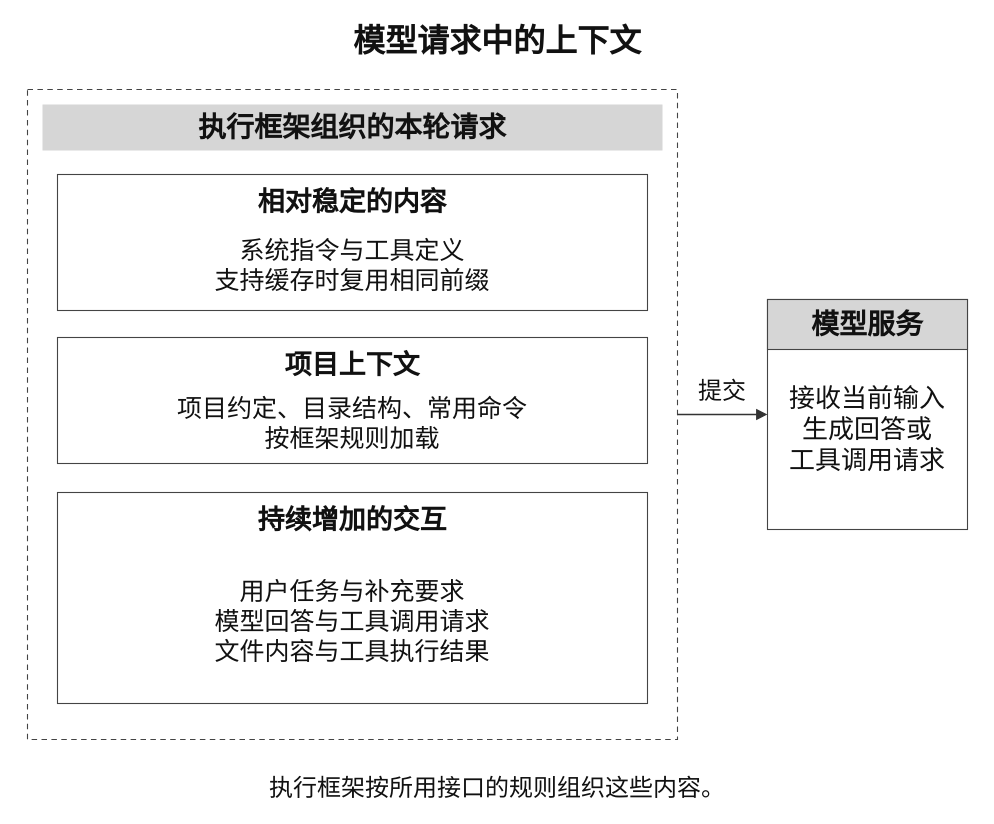
Earlier version of the draw.io diagram public/diagrams/research-agents/chapter-2/context-assembly.drawio (luzhiyu-econ/EconLLM-Lab). Source tidied: cells renumbered, new cells numbered last; positions are measured from the earlier drawing's top-left corner, leaving out a move shared by most shapes. Both pictures are drawn from the tidied source at 100%, with x=0, y=0 at pixel (17, 17).
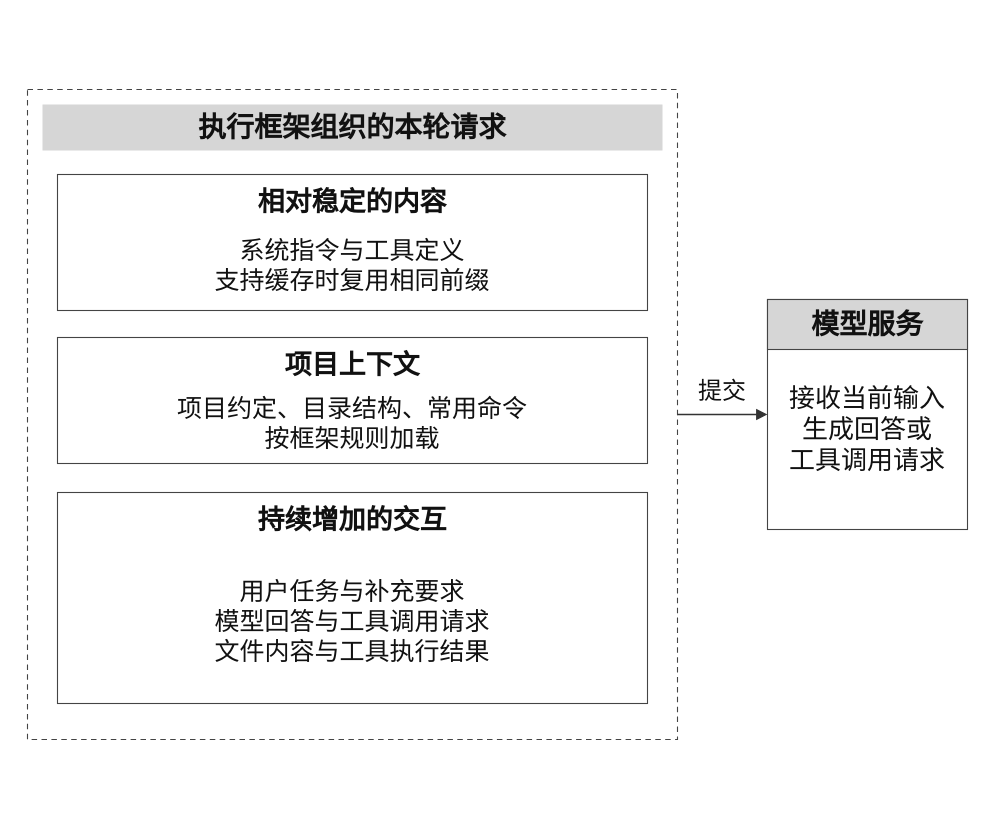
The same page after the edit.

What changed in the source:
```diff
@@
 <mxGraphModel background="#ffffff">
   <root>
     <mxCell id="0" />
     <mxCell id="1" parent="0" />
-    <mxCell id="2" value="模型请求中的上下文" style="rounded=0;html=0;whiteSpace=wrap;fontFamily=SimSun;fontColor=#111111;strokeColor=#444444;strokeWidth=1.1;fillColor=#ffffff;spacing=0;strokeColor=none;fillColor=none;fontSize=32;fontStyle=1;" parent="1" vertex="1">
-      <mxGeometry width="960" height="48" as="geometry" />
-    </mxCell>
     <mxCell id="3" style="rounded=0;html=0;whiteSpace=wrap;fontFamily=SimSun;fontColor=#111111;strokeColor=#444444;strokeWidth=1.1;fillColor=#ffffff;spacing=0;fillColor=none;dashed=1;dashPattern=5 4;" parent="1" vertex="1">
       <mxGeometry x="10" y="72" width="650" height="650" as="geometry" />
     </mxCell>
     <mxCell id="4" value="执行框架组织的本轮请求" style="rounded=0;html=0;whiteSpace=wrap;fontFamily=SimSun;fontColor=#111111;strokeColor=#444444;strokeWidth=1.1;fillColor=#ffffff;spacing=0;fillColor=#d6d6d6;strokeColor=none;fontSize=28;fontStyle=1;" parent="1" vertex="1">
       <mxGeometry x="25" y="87" width="620" height="46" as="geometry" />
     </mxCell>
     <mxCell id="5" style="rounded=0;html=0;whiteSpace=wrap;fontFamily=SimSun;fontColor=#111111;strokeColor=#444444;strokeWidth=1.1;fillColor=#ffffff;spacing=0;" parent="1" vertex="1">
       <mxGeometry x="40" y="157" width="590" height="136" as="geometry" />
     </mxCell>
     <mxCell id="6" value="相对稳定的内容" style="rounded=0;html=0;whiteSpace=wrap;fontFamily=SimSun;fontColor=#111111;strokeColor=#444444;strokeWidth=1.1;fillColor=#ffffff;spacing=0;strokeColor=none;fillColor=none;fontSize=27;fontStyle=1;" parent="1" vertex="1">
       <mxGeometry x="48" y="164" width="574" height="42" as="geometry" />
     </mxCell>
     <mxCell id="7" value="系统指令与工具定义&#10;支持缓存时复用相同前缀" style="rounded=0;html=0;whiteSpace=wrap;fontFamily=SimSun;fontColor=#111111;strokeColor=#444444;strokeWidth=1.1;fillColor=#ffffff;spacing=0;strokeColor=none;fillColor=none;fontSize=25;fontStyle=0;" parent="1" vertex="1">
       <mxGeometry x="50" y="211" width="570" height="72" as="geometry" />
     </mxCell>
     <mxCell id="8" style="rounded=0;html=0;whiteSpace=wrap;fontFamily=SimSun;fontColor=#111111;strokeColor=#444444;strokeWidth=1.1;fillColor=#ffffff;spacing=0;" parent="1" vertex="1">
       <mxGeometry x="40" y="320" width="590" height="126" as="geometry" />
     </mxCell>
     <mxCell id="9" value="项目上下文" style="rounded=0;html=0;whiteSpace=wrap;fontFamily=SimSun;fontColor=#111111;strokeColor=#444444;strokeWidth=1.1;fillColor=#ffffff;spacing=0;strokeColor=none;fillColor=none;fontSize=27;fontStyle=1;" parent="1" vertex="1">
       <mxGeometry x="48" y="327" width="574" height="42" as="geometry" />
     </mxCell>
     <mxCell id="10" value="项目约定、目录结构、常用命令&#10;按框架规则加载" style="rounded=0;html=0;whiteSpace=wrap;fontFamily=SimSun;fontColor=#111111;strokeColor=#444444;strokeWidth=1.1;fillColor=#ffffff;spacing=0;strokeColor=none;fillColor=none;fontSize=25;fontStyle=0;" parent="1" vertex="1">
       <mxGeometry x="50" y="374" width="570" height="62" as="geometry" />
     </mxCell>
     <mxCell id="11" style="rounded=0;html=0;whiteSpace=wrap;fontFamily=SimSun;fontColor=#111111;strokeColor=#444444;strokeWidth=1.1;fillColor=#ffffff;spacing=0;" parent="1" vertex="1">
       <mxGeometry x="40" y="475" width="590" height="211" as="geometry" />
     </mxCell>
     <mxCell id="12" value="持续增加的交互" style="rounded=0;html=0;whiteSpace=wrap;fontFamily=SimSun;fontColor=#111111;strokeColor=#444444;strokeWidth=1.1;fillColor=#ffffff;spacing=0;strokeColor=none;fillColor=none;fontSize=27;fontStyle=1;" parent="1" vertex="1">
       <mxGeometry x="48" y="482" width="574" height="42" as="geometry" />
     </mxCell>
     <mxCell id="13" value="用户任务与补充要求&#10;模型回答与工具调用请求&#10;文件内容与工具执行结果" style="rounded=0;html=0;whiteSpace=wrap;fontFamily=SimSun;fontColor=#111111;strokeColor=#444444;strokeWidth=1.1;fillColor=#ffffff;spacing=0;strokeColor=none;fillColor=none;fontSize=25;fontStyle=0;" parent="1" vertex="1">
       <mxGeometry x="50" y="529" width="570" height="147" as="geometry" />
     </mxCell>
     <mxCell id="14" style="rounded=0;html=0;whiteSpace=wrap;fontFamily=SimSun;fontColor=#111111;strokeColor=#444444;strokeWidth=1.1;fillColor=#ffffff;spacing=0;" parent="1" vertex="1">
       <mxGeometry x="750" y="282" width="200" height="230" as="geometry" />
     </mxCell>
     <mxCell id="15" value="模型服务" style="rounded=0;html=0;whiteSpace=wrap;fontFamily=SimSun;fontColor=#111111;strokeColor=#444444;strokeWidth=1.1;fillColor=#ffffff;spacing=0;fillColor=#d6d6d6;fontSize=28;fontStyle=1;" parent="1" vertex="1">
       <mxGeometry x="750" y="282" width="200" height="50" as="geometry" />
     </mxCell>
     <mxCell id="16" value="接收当前输入&#10;生成回答或&#10;工具调用请求" style="rounded=0;html=0;whiteSpace=wrap;fontFamily=SimSun;fontColor=#111111;strokeColor=#444444;strokeWidth=1.1;fillColor=#ffffff;spacing=0;strokeColor=none;fillColor=none;fontSize=26;fontStyle=0;" parent="1" vertex="1">
       <mxGeometry x="760" y="347" width="180" height="130" as="geometry" />
     </mxCell>
     <mxCell id="17" style="edgeStyle=orthogonalEdgeStyle;rounded=0;html=0;strokeWidth=1.3;strokeColor=#333333;endArrow=block;endSize=8;endFill=1;exitX=1;exitY=0.5;entryX=0;entryY=0.5;" parent="1" edge="1" source="3" target="14">
       <mxGeometry relative="1" as="geometry" />
     </mxCell>
     <mxCell id="18" value="提交" style="rounded=0;html=0;whiteSpace=wrap;fontFamily=SimSun;fontColor=#111111;strokeColor=#444444;strokeWidth=1.1;fillColor=#ffffff;spacing=0;strokeColor=none;fillColor=none;fontSize=24;fontStyle=0;" parent="1" vertex="1">
       <mxGeometry x="670" y="356" width="70" height="35" as="geometry" />
     </mxCell>
-    <mxCell id="19" value="执行框架按所用接口的规则组织这些内容。" style="rounded=0;html=0;whiteSpace=wrap;fontFamily=SimSun;fontColor=#111111;strokeColor=#444444;strokeWidth=1.1;fillColor=#ffffff;spacing=0;strokeColor=none;fillColor=none;fontSize=24;fontStyle=0;" parent="1" vertex="1">
-      <mxGeometry x="10" y="752" width="940" height="38" as="geometry" />
-    </mxCell>
   </root>
 </mxGraphModel>
```
